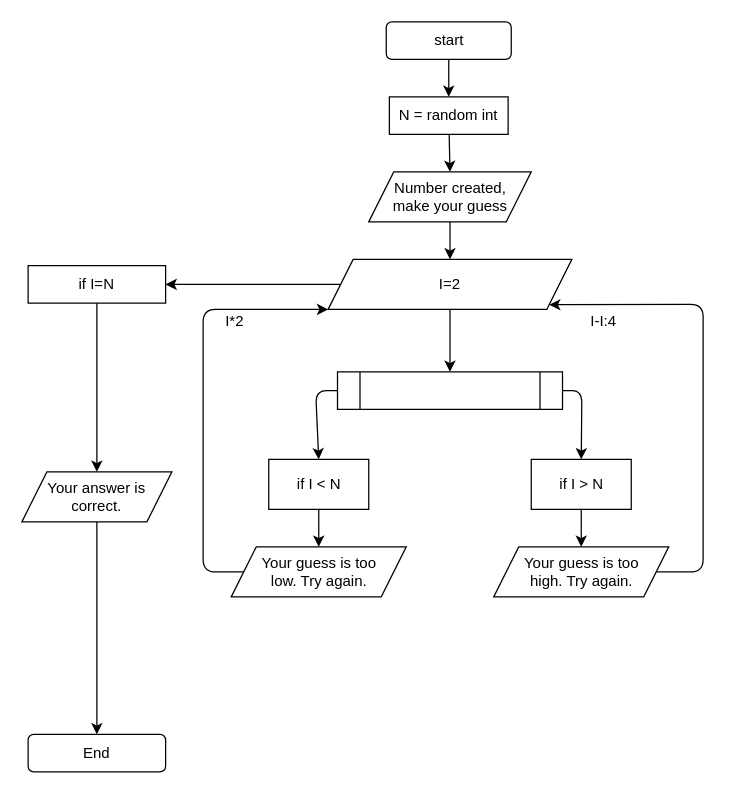
Before: Andreas/basic_ex2.drawio in JohnHanibal/FSWD_Day9_Alg_Data, a draw.io diagram. Source tidied: cells renumbered, new cells numbered last; positions are measured from the earlier drawing's top-left corner, leaving out a move shared by most shapes. Both pictures are drawn from the tidied source at 125%, with x=0, y=0 at pixel (21, 21).
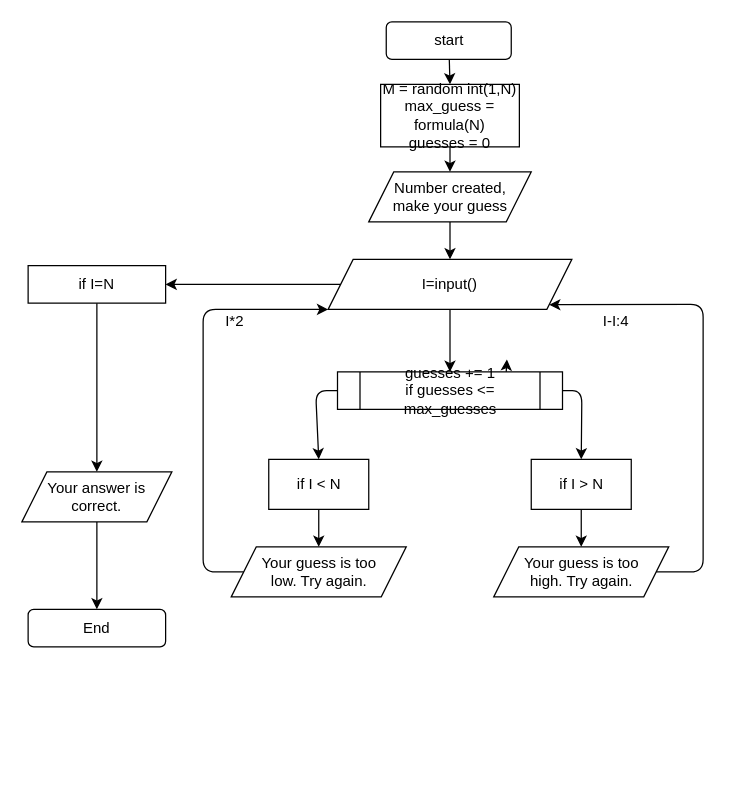
The same diagram, later.

Commit message (it also covers changes not shown here):
add end content

The edit, as a diff of the source:
```diff
@@
-    <mxCell id="5" value="N = random int" style="rounded=0;whiteSpace=wrap;html=1;" parent="1" vertex="1">
-      <mxGeometry x="294" y="60" width="95" height="30" as="geometry" />
+    <mxCell id="5" value="M = random int(1,N)&lt;br&gt;max_guess = formula(N)&lt;br&gt;guesses = 0" style="rounded=0;whiteSpace=wrap;html=1;" parent="1" vertex="1">
+      <mxGeometry x="287" y="50" width="111" height="50" as="geometry" />
     </mxCell>
@@
-    <mxCell id="15" value="I=2" style="shape=parallelogram;perimeter=parallelogramPerimeter;whiteSpace=wrap;html=1;fixedSize=1;" parent="1" vertex="1">
+    <mxCell id="15" value="I=input()" style="shape=parallelogram;perimeter=parallelogramPerimeter;whiteSpace=wrap;html=1;fixedSize=1;" parent="1" vertex="1">
       <mxGeometry x="245" y="190" width="195" height="40" as="geometry" />
     </mxCell>
@@
     <mxCell id="20" value="End" style="rounded=1;whiteSpace=wrap;html=1;" parent="1" vertex="1">
-      <mxGeometry x="5" y="570" width="110" height="30" as="geometry" />
+      <mxGeometry x="5" y="470" width="110" height="30" as="geometry" />
     </mxCell>
@@
+    <mxCell id="29" style="edgeStyle=none;html=1;exitX=0.75;exitY=0;exitDx=0;exitDy=0;" parent="1" edge="1" source="26">
+      <mxGeometry relative="1" as="geometry">
+        <mxPoint x="388" y="270" as="targetPoint" />
+      </mxGeometry>
+    </mxCell>
-    <mxCell id="26" style="shape=process;whiteSpace=wrap;html=1;backgroundOutline=1;" parent="1" vertex="1">
+    <mxCell id="26" value="guesses += 1&lt;br&gt;if guesses &amp;lt;= max_guesses&lt;br&gt;" style="shape=process;whiteSpace=wrap;html=1;backgroundOutline=1;" parent="1" vertex="1">
       <mxGeometry x="252.5" y="280" width="180" height="30" as="geometry" />
     </mxCell>
@@
     <mxCell id="28" value="&lt;span&gt;I-I:4&lt;/span&gt;" style="text;html=1;align=center;verticalAlign=middle;strokeColor=none;fillColor=none;" parent="1" vertex="1">
-      <mxGeometry x="445" y="230" width="40" height="20" as="geometry" />
+      <mxGeometry x="455" y="230" width="40" height="20" as="geometry" />
     </mxCell>
```
